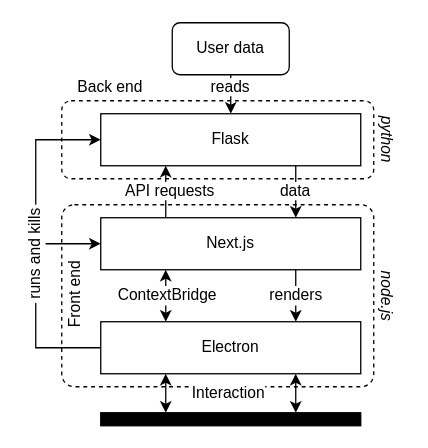
ylseanna/QuakeView keeps this draw.io diagram as docs/content/img/quakeview_structure.drawio. Above is the earlier version. Source tidied: cells renumbered, new cells numbered last; positions are measured from the earlier drawing's top-left corner, leaving out a move shared by most shapes. Both pictures are drawn from the tidied source at 130%, with x=0, y=0 at pixel (-17, 22).
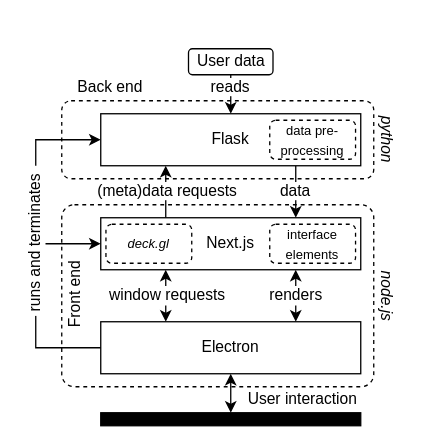
The same page after the edit.

The change refers to these unchanged cells:
```xml
<mxCell id="5" value="Electron" style="rounded=0;whiteSpace=wrap;html=1;" parent="1" vertex="1">
  <mxGeometry x="90" y="230" width="200" height="40" as="geometry" />
</mxCell>
<mxCell id="8" value="Next.js" style="rounded=0;whiteSpace=wrap;html=1;" parent="1" vertex="1">
  <mxGeometry x="90" y="150" width="200" height="40" as="geometry" />
</mxCell>
<mxCell id="28" style="rounded=0;whiteSpace=wrap;html=1;fillColor=#000000;" parent="1" vertex="1">
  <mxGeometry x="90" y="300" width="200" height="10" as="geometry" />
</mxCell>
```

Diff of the diagram source:
```diff
@@
-    <mxCell id="7" style="edgeStyle=orthogonalEdgeStyle;rounded=0;jettySize=auto;html=1;exitX=0.75;exitY=1;exitDx=0;exitDy=0;entryX=0.75;entryY=0;entryDx=0;entryDy=0;" parent="1" edge="1" source="8" target="5">
+    <mxCell id="7" style="edgeStyle=orthogonalEdgeStyle;rounded=0;jettySize=auto;html=1;exitX=0.75;exitY=1;exitDx=0;exitDy=0;entryX=0.75;entryY=0;entryDx=0;entryDy=0;startArrow=classic;startFill=1;" parent="1" edge="1" source="8" target="5">
       <mxGeometry relative="1" as="geometry" />
     </mxCell>
@@
-    <mxCell id="16" value="&amp;nbsp;runs and&amp;nbsp;&lt;span style=&quot;background-color: light-dark(#ffffff, var(--ge-dark-color, #121212)); color: light-dark(rgb(0, 0, 0), rgb(255, 255, 255));&quot;&gt;kills&lt;/span&gt;" style="text;html=1;strokeColor=none;fillColor=none;align=center;verticalAlign=middle;rounded=0;labelBackgroundColor=default;spacing=2;rotation=-90;" parent="1" vertex="1">
-      <mxGeometry y="170" width="80" height="20" as="geometry" />
+    <mxCell id="16" value="&amp;nbsp;runs and terminates&amp;nbsp;" style="text;html=1;strokeColor=none;fillColor=none;align=center;verticalAlign=middle;rounded=0;labelBackgroundColor=default;spacing=2;rotation=-90;" parent="1" vertex="1">
+      <mxGeometry x="-20" y="160" width="120" height="20" as="geometry" />
     </mxCell>
-    <mxCell id="17" value="&lt;span style=&quot;background-color: light-dark(#ffffff, var(--ge-dark-color, #121212));&quot;&gt;API requests&lt;/span&gt;" style="text;html=1;whiteSpace=wrap;strokeColor=none;fillColor=none;align=center;verticalAlign=middle;rounded=0;" parent="1" vertex="1">
-      <mxGeometry x="105.5" y="120" width="75" height="20" as="geometry" />
+    <mxCell id="17" value="&lt;span style=&quot;background-color: light-dark(#ffffff, var(--ge-dark-color, #121212));&quot;&gt;(meta)data requests&lt;/span&gt;" style="text;html=1;whiteSpace=wrap;strokeColor=none;fillColor=none;align=center;verticalAlign=middle;rounded=0;" parent="1" vertex="1">
+      <mxGeometry x="81" y="120" width="120.5" height="20" as="geometry" />
     </mxCell>
@@
-    <mxCell id="19" value="ContextBridge" style="text;html=1;strokeColor=none;fillColor=none;align=center;verticalAlign=middle;rounded=0;labelBackgroundColor=default;spacing=2;" parent="1" vertex="1">
+    <mxCell id="19" value="window requests" style="text;html=1;strokeColor=none;fillColor=none;align=center;verticalAlign=middle;rounded=0;labelBackgroundColor=default;spacing=2;" parent="1" vertex="1">
       <mxGeometry x="81" y="200" width="120" height="20" as="geometry" />
     </mxCell>
@@
-    <mxCell id="21" value="Interaction" style="text;html=1;strokeColor=none;fillColor=none;align=center;verticalAlign=middle;rounded=0;labelBackgroundColor=default;spacing=2;" parent="1" vertex="1">
-      <mxGeometry x="128" y="275" width="120" height="20" as="geometry" />
+    <mxCell id="21" value="User interaction" style="text;html=1;strokeColor=none;fillColor=none;align=center;verticalAlign=middle;rounded=0;labelBackgroundColor=default;spacing=2;" parent="1" vertex="1">
+      <mxGeometry x="185" y="280" width="120" height="20" as="geometry" />
     </mxCell>
     <mxCell id="22" value="User data" style="rounded=1;whiteSpace=wrap;html=1;" parent="1" vertex="1">
-      <mxGeometry x="145" width="90" height="40" as="geometry" />
+      <mxGeometry x="157.5" y="20" width="65" height="20" as="geometry" />
     </mxCell>
@@
-    <mxCell id="26" style="edgeStyle=orthogonalEdgeStyle;rounded=0;jettySize=auto;html=1;exitX=0.25;exitY=0;exitDx=0;exitDy=0;entryX=0.25;entryY=1;entryDx=0;entryDy=0;startArrow=classic;startFill=1;" parent="1" edge="1" source="28" target="5">
-      <mxGeometry relative="1" as="geometry" />
-    </mxCell>
-    <mxCell id="27" style="edgeStyle=orthogonalEdgeStyle;rounded=0;jettySize=auto;html=1;exitX=0.75;exitY=0;exitDx=0;exitDy=0;entryX=0.75;entryY=1;entryDx=0;entryDy=0;startArrow=classic;startFill=1;" parent="1" edge="1" source="28" target="5">
-      <mxGeometry relative="1" as="geometry" />
+    <mxCell id="27" style="edgeStyle=orthogonalEdgeStyle;rounded=0;jettySize=auto;html=1;exitX=0.5;exitY=0;exitDx=0;exitDy=0;startArrow=classic;startFill=1;" parent="1" edge="1" source="28">
+      <mxGeometry relative="1" as="geometry">
+        <mxPoint x="190" y="270" as="targetPoint" />
+      </mxGeometry>
     </mxCell>
@@
+    <mxCell id="29" value="&lt;i&gt;&lt;font style=&quot;font-size: 10px;&quot;&gt;deck.gl&lt;/font&gt;&lt;/i&gt;" style="rounded=1;whiteSpace=wrap;html=1;dashed=1;" parent="1" vertex="1">
+      <mxGeometry x="94" y="155" width="66" height="30" as="geometry" />
+    </mxCell>
+    <mxCell id="30" value="&lt;font style=&quot;font-size: 10px;&quot;&gt;interface elements&lt;/font&gt;" style="rounded=1;whiteSpace=wrap;html=1;dashed=1;" parent="1" vertex="1">
+      <mxGeometry x="220" y="155" width="66" height="30" as="geometry" />
+    </mxCell>
+    <mxCell id="31" value="&lt;font style=&quot;font-size: 10px;&quot;&gt;data pre- processing&lt;/font&gt;" style="rounded=1;whiteSpace=wrap;html=1;dashed=1;" parent="1" vertex="1">
+      <mxGeometry x="220" y="75" width="66" height="30" as="geometry" />
+    </mxCell>
```
